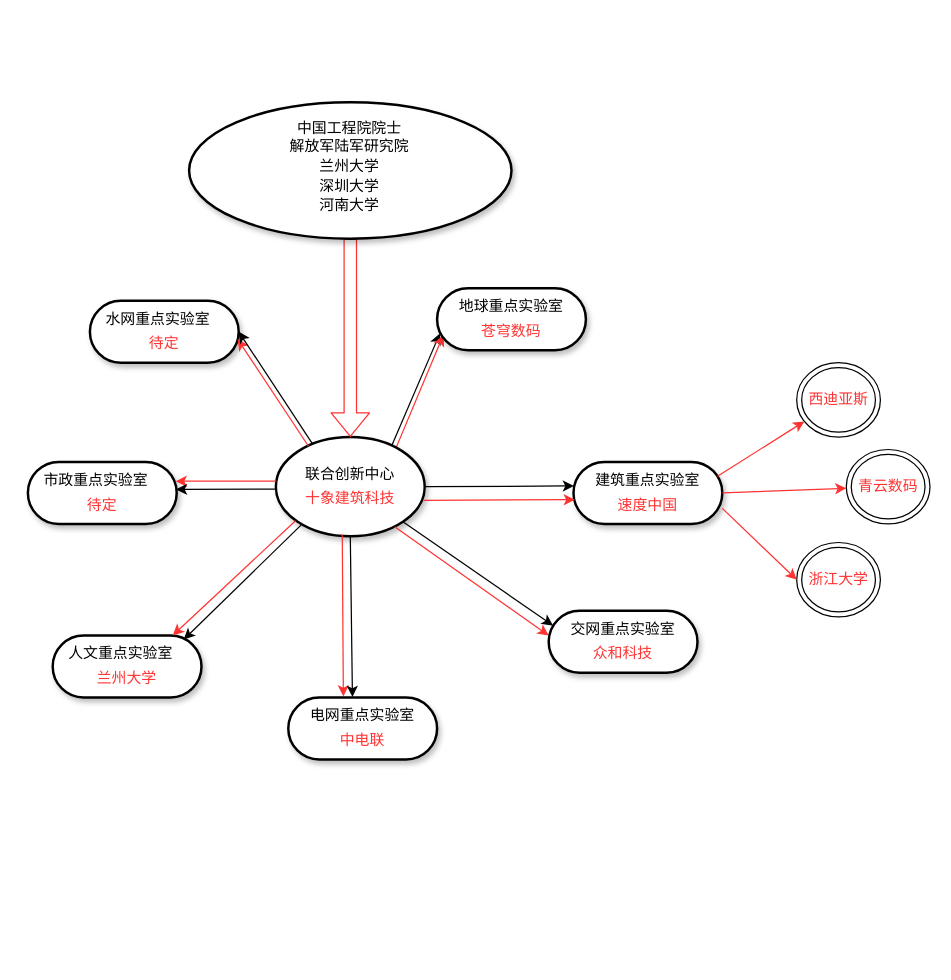
This is LianHeChuangXinZhongXin.drawio from gaochaowyq/MinderGraph, a draw.io file, before an edit. Source tidied: cells renumbered, new cells numbered last; positions are measured from the earlier drawing's top-left corner, leaving out a move shared by most shapes. Both pictures are drawn from the tidied source at 124%, with x=0, y=0 at pixel (27, 102).
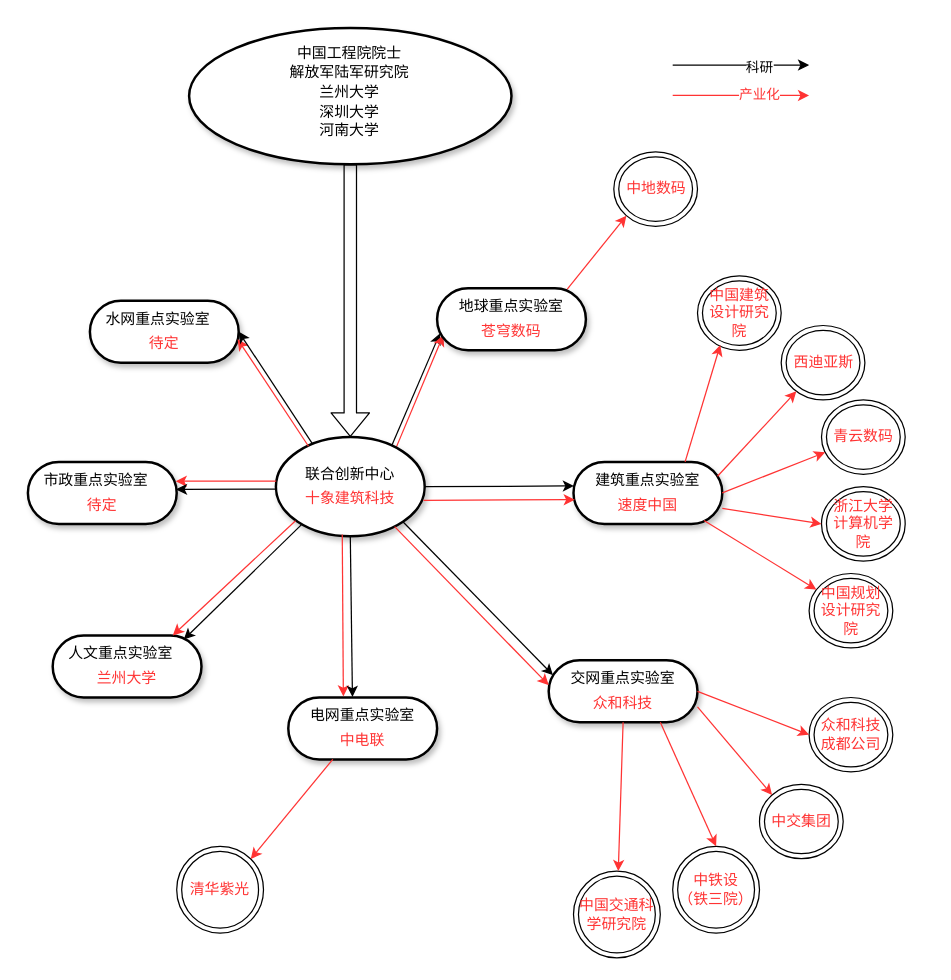
Above is the later version.

Unchanged cells that the change refers to:
```xml
<mxCell id="5" style="whiteSpace=wrap;html=1;rounded=1;shadow=1;comic=0;labelBackgroundColor=none;strokeWidth=2;fontFamily=Verdana;fontSize=12;align=center;arcSize=50;" parent="4" vertex="1">
  <mxGeometry width="120" height="50" as="geometry" />
</mxCell>
<mxCell id="9" style="ellipse;whiteSpace=wrap;html=1;rounded=1;shadow=1;comic=0;labelBackgroundColor=none;strokeWidth=2;fontFamily=Verdana;fontSize=12;align=center;" parent="8" vertex="1">
  <mxGeometry width="120" height="80" as="geometry" />
</mxCell>
<mxCell id="13" style="whiteSpace=wrap;html=1;rounded=1;shadow=1;comic=0;labelBackgroundColor=none;strokeWidth=2;fontFamily=Verdana;fontSize=12;align=center;arcSize=50;" parent="12" vertex="1">
  <mxGeometry width="120" height="50" as="geometry" />
</mxCell>
<mxCell id="17" style="whiteSpace=wrap;html=1;rounded=1;shadow=1;comic=0;labelBackgroundColor=none;strokeWidth=2;fontFamily=Verdana;fontSize=12;align=center;arcSize=50;" parent="16" vertex="1">
  <mxGeometry width="120" height="50" as="geometry" />
</mxCell>
<mxCell id="23" style="whiteSpace=wrap;html=1;rounded=1;shadow=1;comic=0;labelBackgroundColor=none;strokeWidth=2;fontFamily=Verdana;fontSize=12;align=center;arcSize=50;" parent="22" vertex="1">
  <mxGeometry width="120" height="50" as="geometry" />
</mxCell>
<mxCell id="48" style="ellipse;whiteSpace=wrap;html=1;rounded=1;shadow=1;comic=0;labelBackgroundColor=none;strokeWidth=2;fontFamily=Verdana;fontSize=12;align=center;" parent="47" vertex="1">
  <mxGeometry width="260" height="110" as="geometry" />
</mxCell>
```

The edit, as a diff of the source:
```diff
@@
     <mxCell id="16" style="group;" parent="1" vertex="1">
-      <mxGeometry x="420" y="410" width="120" height="50" as="geometry" />
+      <mxGeometry x="420" y="450" width="120" height="50" as="geometry" />
     </mxCell>
@@
-    <mxCell id="46" style="shape=flexArrow;endArrow=classic;html=1;strokeColor=#FF3333;entryX=0.5;entryY=0;entryDx=0;entryDy=0;exitX=0.5;exitY=1;exitDx=0;exitDy=0;" parent="1" edge="1" source="48" target="9">
+    <mxCell id="46" style="shape=flexArrow;endArrow=classic;html=1;entryX=0.5;entryY=0;entryDx=0;entryDy=0;exitX=0.5;exitY=1;exitDx=0;exitDy=0;" parent="1" edge="1" source="48" target="9">
       <mxGeometry relative="1" as="geometry" />
     </mxCell>
     <mxCell id="47" style="group;" parent="1" vertex="1">
-      <mxGeometry x="130" width="260" height="110" as="geometry" />
+      <mxGeometry x="130" y="-60" width="260" height="110" as="geometry" />
     </mxCell>
@@
     <mxCell id="54" value="&lt;font color=&quot;#ff3333&quot;&gt;西迪亚斯&lt;/font&gt;" style="ellipse;shape=doubleEllipse;whiteSpace=wrap;html=1;rounded=1;" parent="1" vertex="1">
-      <mxGeometry x="620" y="210" width="67.5" height="60" as="geometry" />
+      <mxGeometry x="607.5" y="180" width="67.5" height="60" as="geometry" />
     </mxCell>
@@
     <mxCell id="58" value="&lt;font color=&quot;#ff3333&quot;&gt;青云数码&lt;/font&gt;" style="ellipse;shape=doubleEllipse;whiteSpace=wrap;html=1;rounded=1;" parent="1" vertex="1">
-      <mxGeometry x="660" y="280" width="67.5" height="60" as="geometry" />
+      <mxGeometry x="640" y="240" width="67.5" height="60" as="geometry" />
     </mxCell>
@@
-    <mxCell id="60" value="&lt;font color=&quot;#ff3333&quot;&gt;浙江大学&lt;/font&gt;" style="ellipse;shape=doubleEllipse;whiteSpace=wrap;html=1;rounded=1;" parent="1" vertex="1">
-      <mxGeometry x="620" y="355" width="67.5" height="60" as="geometry" />
+    <mxCell id="60" value="&lt;font color=&quot;#ff3333&quot;&gt;浙江大学计算机学院&lt;/font&gt;" style="ellipse;shape=doubleEllipse;whiteSpace=wrap;html=1;rounded=1;" parent="1" vertex="1">
+      <mxGeometry x="640" y="310" width="67.5" height="60" as="geometry" />
     </mxCell>
@@
+    <mxCell id="62" value="&lt;font color=&quot;#ff3333&quot;&gt;中国建筑设计研究院&lt;/font&gt;" style="ellipse;shape=doubleEllipse;whiteSpace=wrap;html=1;rounded=1;" parent="1" vertex="1">
+      <mxGeometry x="540" y="140" width="67.5" height="60" as="geometry" />
+    </mxCell>
+    <mxCell id="63" style="endArrow=classic;html=1;rounded=0;fillColor=#e51400;strokeColor=#FF3333;exitX=0.75;exitY=0;exitDx=0;exitDy=0;entryX=0.272;entryY=0.928;entryDx=0;entryDy=0;entryPerimeter=0;" parent="1" edge="1" source="13" target="62">
+      <mxGeometry relative="1" as="geometry" />
+    </mxCell>
+    <mxCell id="64" value="&lt;font color=&quot;#ff3333&quot;&gt;中国规划设计研究院&lt;/font&gt;" style="ellipse;shape=doubleEllipse;whiteSpace=wrap;html=1;rounded=1;" parent="1" vertex="1">
+      <mxGeometry x="630" y="380" width="67.5" height="60" as="geometry" />
+    </mxCell>
+    <mxCell id="65" style="endArrow=classic;html=1;rounded=0;fillColor=#e51400;strokeColor=#FF3333;exitX=0.877;exitY=0.944;exitDx=0;exitDy=0;exitPerimeter=0;" parent="1" edge="1" source="13" target="64">
+      <mxGeometry relative="1" as="geometry" />
+    </mxCell>
+    <mxCell id="66" value="&lt;font color=&quot;#ff3333&quot;&gt;众和科技成都公司&lt;/font&gt;" style="ellipse;shape=doubleEllipse;whiteSpace=wrap;html=1;rounded=1;" parent="1" vertex="1">
+      <mxGeometry x="630" y="480" width="67.5" height="60" as="geometry" />
+    </mxCell>
+    <mxCell id="67" style="endArrow=classic;html=1;rounded=0;fillColor=#e51400;strokeColor=#FF3333;exitX=1;exitY=0.5;exitDx=0;exitDy=0;entryX=0;entryY=0.5;entryDx=0;entryDy=0;" parent="1" edge="1" source="17" target="66">
+      <mxGeometry relative="1" as="geometry" />
+    </mxCell>
+    <mxCell id="68" value="&lt;font color=&quot;#ff3333&quot;&gt;中交集团&lt;/font&gt;" style="ellipse;shape=doubleEllipse;whiteSpace=wrap;html=1;rounded=1;" parent="1" vertex="1">
+      <mxGeometry x="590" y="550" width="67.5" height="60" as="geometry" />
+    </mxCell>
+    <mxCell id="69" style="endArrow=classic;html=1;rounded=0;fillColor=#e51400;strokeColor=#FF3333;exitX=1;exitY=0.75;exitDx=0;exitDy=0;entryX=0;entryY=0;entryDx=0;entryDy=0;" parent="1" edge="1" source="17" target="68">
+      <mxGeometry relative="1" as="geometry" />
+    </mxCell>
+    <mxCell id="70" value="&lt;font color=&quot;#ff3333&quot;&gt;中铁设&lt;br&gt;（铁三院）&lt;/font&gt;" style="ellipse;shape=doubleEllipse;whiteSpace=wrap;html=1;rounded=1;" parent="1" vertex="1">
+      <mxGeometry x="520" y="600" width="70" height="70" as="geometry" />
+    </mxCell>
+    <mxCell id="71" style="endArrow=classic;html=1;rounded=0;fillColor=#e51400;strokeColor=#FF3333;exitX=0.75;exitY=1;exitDx=0;exitDy=0;entryX=0.5;entryY=0;entryDx=0;entryDy=0;" parent="1" edge="1" source="17" target="70">
+      <mxGeometry relative="1" as="geometry" />
+    </mxCell>
+    <mxCell id="72" value="&lt;font color=&quot;#ff3333&quot;&gt;中国交通科学研究院&lt;/font&gt;" style="ellipse;shape=doubleEllipse;whiteSpace=wrap;html=1;rounded=1;" parent="1" vertex="1">
+      <mxGeometry x="440" y="620" width="70" height="70" as="geometry" />
+    </mxCell>
+    <mxCell id="73" style="endArrow=classic;html=1;rounded=0;fillColor=#e51400;strokeColor=#FF3333;exitX=0.5;exitY=1;exitDx=0;exitDy=0;" parent="1" edge="1" source="17" target="72">
+      <mxGeometry relative="1" as="geometry" />
+    </mxCell>
+    <mxCell id="74" value="&lt;font color=&quot;#ff3333&quot;&gt;中地数码&lt;/font&gt;" style="ellipse;shape=doubleEllipse;whiteSpace=wrap;html=1;rounded=1;" parent="1" vertex="1">
+      <mxGeometry x="472.5" y="40" width="67.5" height="60" as="geometry" />
+    </mxCell>
+    <mxCell id="75" style="endArrow=classic;html=1;rounded=0;fillColor=#e51400;strokeColor=#FF3333;exitX=0.875;exitY=0.013;exitDx=0;exitDy=0;entryX=0;entryY=1;entryDx=0;entryDy=0;exitPerimeter=0;" parent="1" edge="1" source="5" target="74">
+      <mxGeometry relative="1" as="geometry" />
+    </mxCell>
+    <mxCell id="76" value="&lt;font color=&quot;#ff3333&quot;&gt;清华紫光&lt;/font&gt;" style="ellipse;shape=doubleEllipse;whiteSpace=wrap;html=1;rounded=1;" parent="1" vertex="1">
+      <mxGeometry x="120" y="600" width="70" height="70" as="geometry" />
+    </mxCell>
+    <mxCell id="77" style="endArrow=classic;html=1;rounded=0;fillColor=#e51400;strokeColor=#FF3333;exitX=0.299;exitY=0.997;exitDx=0;exitDy=0;exitPerimeter=0;entryX=1;entryY=0;entryDx=0;entryDy=0;" parent="1" edge="1" source="23" target="76">
+      <mxGeometry relative="1" as="geometry" />
+    </mxCell>
+    <mxCell id="78" style="endArrow=classic;html=1;" parent="1" edge="1">
+      <mxGeometry relative="1" as="geometry">
+        <mxPoint x="520" y="-30" as="sourcePoint" />
+        <mxPoint x="630" y="-30" as="targetPoint" />
+      </mxGeometry>
+    </mxCell>
+    <mxCell id="79" value="科研" style="edgeLabel;html=1;align=center;verticalAlign=middle;" parent="78" vertex="1">
+      <mxGeometry x="0.25" y="-1" relative="1" as="geometry" />
+    </mxCell>
+    <mxCell id="80" style="endArrow=classic;html=1;strokeColor=#FF3333;" parent="1" edge="1">
+      <mxGeometry relative="1" as="geometry">
+        <mxPoint x="520" y="-5.5" as="sourcePoint" />
+        <mxPoint x="630" y="-5.5" as="targetPoint" />
+      </mxGeometry>
+    </mxCell>
+    <mxCell id="81" value="&lt;font color=&quot;#ff3333&quot;&gt;产业化&lt;/font&gt;" style="edgeLabel;html=1;align=center;verticalAlign=middle;" parent="80" vertex="1">
+      <mxGeometry x="0.25" y="2" relative="1" as="geometry">
+        <mxPoint y="1" as="offset" />
+      </mxGeometry>
+    </mxCell>
```
